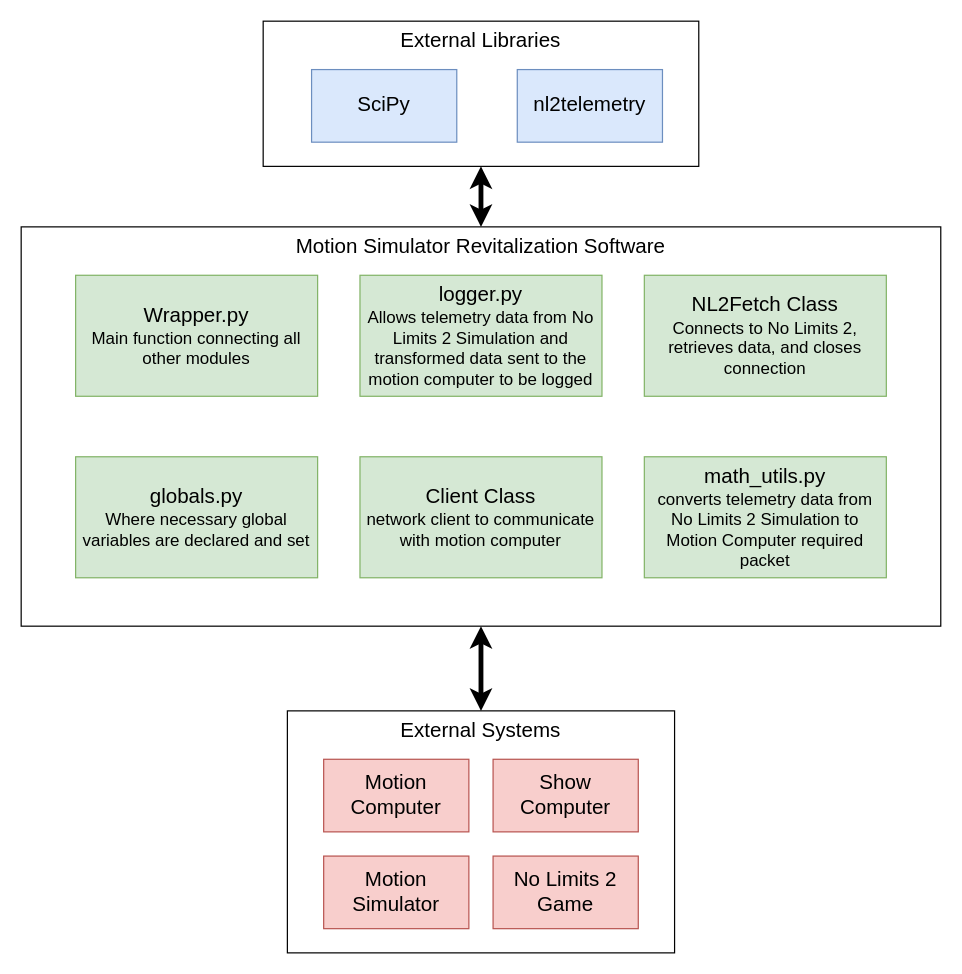
This is page "Architecture" (2 of 5) of diagrams/SrProject.drawio from sb4249/sb4249.github.io, a draw.io file, before an edit. Source tidied: cells renumbered, new cells numbered last; positions are measured from the earlier drawing's top-left corner, leaving out a move shared by most shapes. Both pictures are drawn from the tidied source at 121%, with x=0, y=0 at pixel (21, 21).
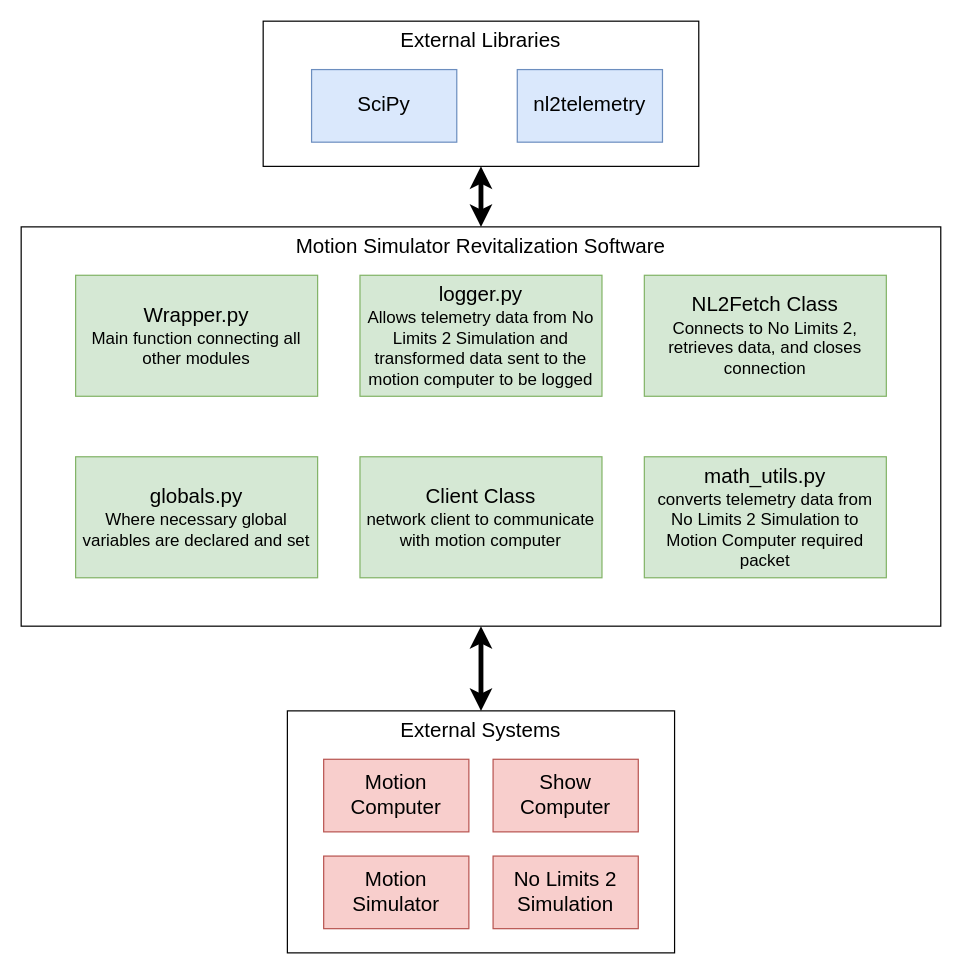
Above is the later version.

The change refers to these unchanged cells:
```xml
<mxCell id="4" style="group;" parent="2" vertex="1">
  <mxGeometry x="30" y="40" width="260" height="140" as="geometry" />
</mxCell>
```

Diff of the diagram source:
```diff
@@
-    <mxCell id="5" value="No Limits 2 Game" style="rounded=0;whiteSpace=wrap;html=1;fontSize=17;fillColor=#f8cecc;strokeColor=#b85450;" parent="4" vertex="1">
+    <mxCell id="5" value="No Limits 2 Simulation" style="rounded=0;whiteSpace=wrap;html=1;fontSize=17;fillColor=#f8cecc;strokeColor=#b85450;" parent="4" vertex="1">
       <mxGeometry x="140" y="80" width="120" height="60" as="geometry" />
     </mxCell>
```
